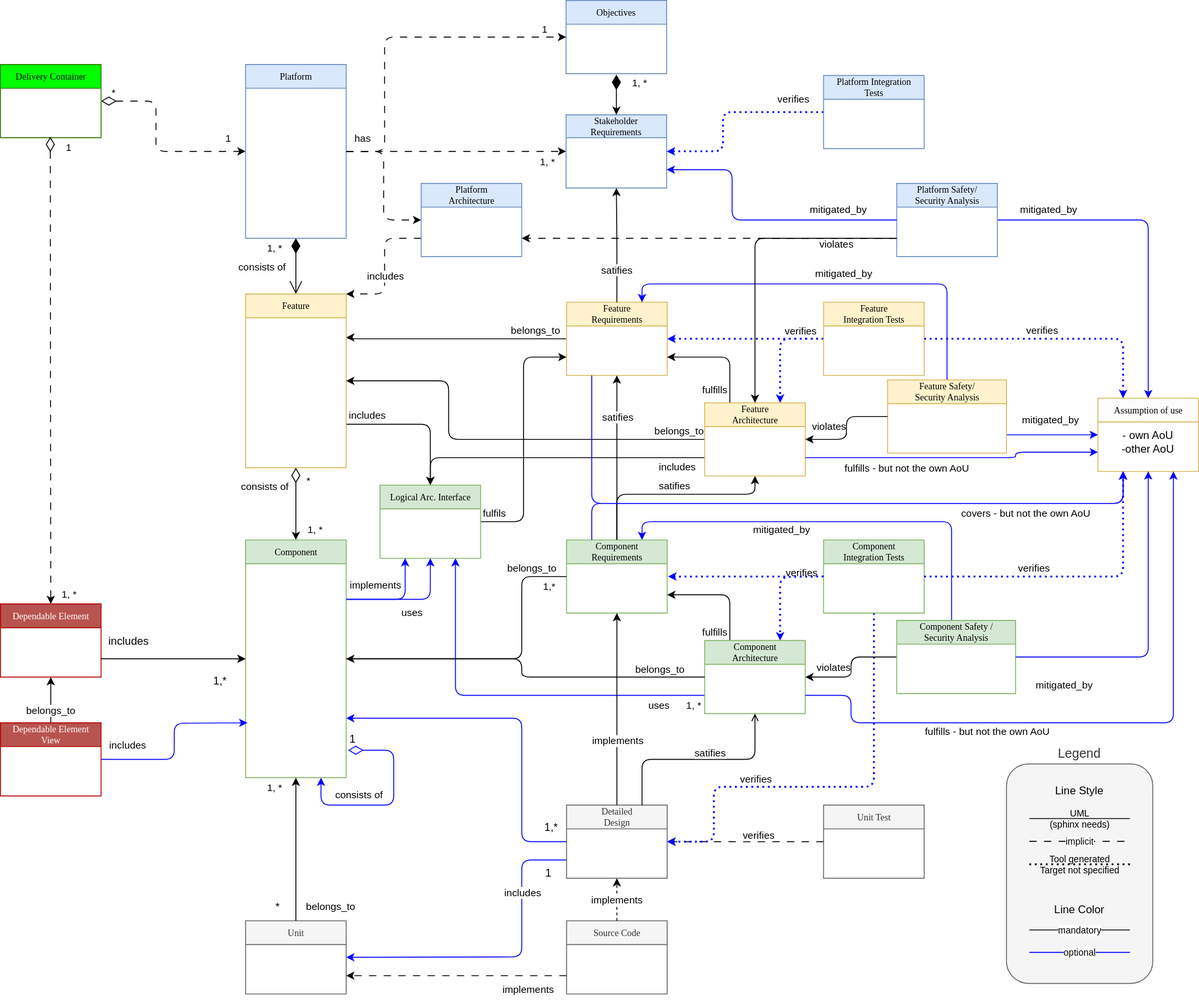
The draw.io diagram pr-618/_images/score_building_blocks_meta_model.drawio.svg in eclipse-score/process_description, before a commit. Source tidied: cells renumbered, new cells last; positions are measured from the earlier drawing's top-left corner, leaving out a move shared by most shapes.
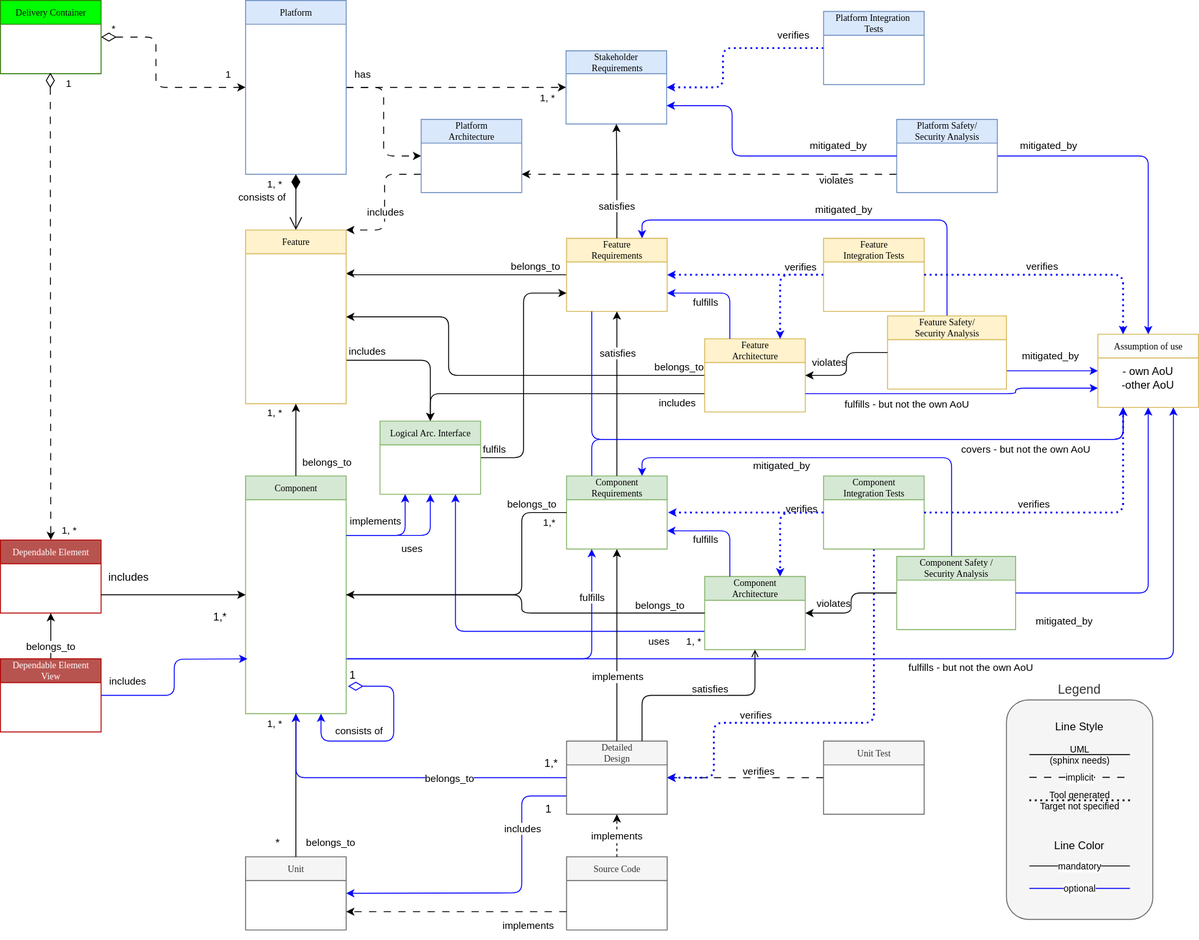
After the commit.

The edit, as a diff of the source:
```diff
@@ -43,14 +43,6 @@
     <mxCell id="11" value="Feature&lt;br&gt;Requirements" style="swimlane;html=1;fontStyle=0;horizontal=1;startSize=26;fillColor=#fff2cc;swimlaneFillColor=#ffffff;rounded=0;shadow=0;comic=0;labelBackgroundColor=none;strokeWidth=1;fontFamily=Verdana;fontSize=10;align=center;strokeColor=#d6b656;" parent="1" vertex="1">
       <mxGeometry x="619" y="330" width="110" height="80" as="geometry" />
     </mxCell>
-    <mxCell id="12" style="edgeStyle=orthogonalEdgeStyle;rounded=1;jettySize=auto;html=1;exitX=0.25;exitY=0;exitDx=0;exitDy=0;entryX=1;entryY=0.75;entryDx=0;entryDy=0;endArrow=classic;endFill=1;curved=0;" parent="1" edge="1" source="17" target="11">
-      <mxGeometry x="0.64" y="10" relative="1" as="geometry" />
-    </mxCell>
-    <mxCell id="13" value="fulfills" style="edgeLabel;html=1;align=center;verticalAlign=middle;" parent="12" vertex="1">
-      <mxGeometry x="0.11" y="1" relative="1" as="geometry">
-        <mxPoint x="-1" y="34" as="offset" />
-      </mxGeometry>
-    </mxCell>
     <mxCell id="14" value="includes" style="edgeStyle=orthogonalEdgeStyle;html=1;exitX=0;exitY=0.75;exitDx=0;exitDy=0;entryX=0.5;entryY=0;entryDx=0;entryDy=0;" parent="1" edge="1" source="17" target="112">
       <mxGeometry x="-0.82" y="10" relative="1" as="geometry" />
     </mxCell>
@@ -70,19 +62,6 @@
     <mxCell id="17" value="Feature&lt;br&gt;Architecture" style="swimlane;html=1;fontStyle=0;horizontal=1;startSize=26;fillColor=#fff2cc;swimlaneFillColor=#ffffff;rounded=0;shadow=0;comic=0;labelBackgroundColor=none;strokeWidth=1;fontFamily=Verdana;fontSize=10;align=center;strokeColor=#d6b656;" parent="1" vertex="1">
       <mxGeometry x="770" y="440" width="110" height="80" as="geometry" />
     </mxCell>
-    <mxCell id="18" style="edgeStyle=orthogonalEdgeStyle;rounded=1;jettySize=auto;html=1;entryX=0.5;entryY=1;entryDx=0;entryDy=0;endArrow=classic;endFill=1;exitX=0.5;exitY=0;exitDx=0;exitDy=0;curved=0;" parent="1" edge="1" source="20" target="17">
-      <mxGeometry relative="1" as="geometry">
-        <Array as="points">
-          <mxPoint x="674" y="540" />
-          <mxPoint x="825" y="540" />
-        </Array>
-      </mxGeometry>
-    </mxCell>
-    <mxCell id="19" value="satifies" style="edgeLabel;html=1;align=center;verticalAlign=middle;" parent="18" vertex="1">
-      <mxGeometry x="0.06" y="6" relative="1" as="geometry">
-        <mxPoint x="-5" y="-4" as="offset" />
-      </mxGeometry>
-    </mxCell>
     <mxCell id="20" value="Component&lt;br&gt;Requirements" style="swimlane;html=1;fontStyle=0;horizontal=1;startSize=26;fillColor=#d5e8d4;swimlaneFillColor=#ffffff;rounded=0;shadow=0;comic=0;labelBackgroundColor=none;strokeWidth=1;fontFamily=Verdana;fontSize=10;align=center;strokeColor=#82b366;" parent="1" vertex="1">
       <mxGeometry x="619" y="590" width="110" height="80" as="geometry" />
     </mxCell>
@@ -104,11 +83,6 @@
         <mxPoint x="-9" y="-11" as="offset" />
       </mxGeometry>
     </mxCell>
-    <mxCell id="24" value="consists of" style="edgeLabel;html=1;align=center;verticalAlign=middle;" parent="1" vertex="1">
-      <mxGeometry x="260" y="560" as="geometry">
-        <mxPoint x="28" y="-29" as="offset" />
-      </mxGeometry>
-    </mxCell>
     <mxCell id="25" style="edgeStyle=orthogonalEdgeStyle;rounded=1;jettySize=auto;html=1;entryX=0;entryY=0.75;entryDx=0;entryDy=0;curved=0;exitX=1;exitY=0.5;exitDx=0;exitDy=0;endArrow=none;endFill=0;startArrow=classic;startFill=1;strokeColor=#0000FF;" parent="1" edge="1" source="27" target="55">
       <mxGeometry relative="1" as="geometry">
         <Array as="points">
@@ -167,7 +141,7 @@
       <mxGeometry x="-0.34" y="-33" relative="1" as="geometry" />
     </mxCell>
     <mxCell id="40" value="consists of" style="edgeLabel;html=1;align=center;verticalAlign=middle;" parent="1" vertex="1">
-      <mxGeometry x="288" y="440" as="geometry">
+      <mxGeometry x="288" y="433" as="geometry">
         <mxPoint x="-3" y="-149" as="offset" />
       </mxGeometry>
     </mxCell>
@@ -181,41 +155,6 @@
         <mxPoint x="-91" y="-159" as="offset" />
       </mxGeometry>
     </mxCell>
-    <mxCell id="43" value="Objectives" style="swimlane;html=1;fontStyle=0;horizontal=1;startSize=26;fillColor=#dae8fc;swimlaneFillColor=#ffffff;rounded=0;shadow=0;comic=0;labelBackgroundColor=none;strokeWidth=1;fontFamily=Verdana;fontSize=10;align=center;strokeColor=#6c8ebf;" parent="1" vertex="1">
-      <mxGeometry x="618.5" width="110" height="80" as="geometry" />
-    </mxCell>
-    <mxCell id="44" style="edgeStyle=orthogonalEdgeStyle;rounded=1;jettySize=auto;html=1;entryX=0;entryY=0.5;entryDx=0;entryDy=0;exitX=1;exitY=0.5;exitDx=0;exitDy=0;curved=0;dashed=1;dashPattern=8 8;" parent="1" edge="1" source="38" target="43">
-      <mxGeometry relative="1" as="geometry">
-        <Array as="points">
-          <mxPoint x="420" y="165" />
-          <mxPoint x="420" y="40" />
-        </Array>
-      </mxGeometry>
-    </mxCell>
-    <mxCell id="45" value="1" style="edgeLabel;html=1;align=center;verticalAlign=bottom;" parent="44" vertex="1">
-      <mxGeometry x="0.87" relative="1" as="geometry" />
-    </mxCell>
-    <mxCell id="46" value="1, *" style="endArrow=classic;html=1;endSize=6;startArrow=diamondThin;startSize=14;startFill=1;edgeStyle=orthogonalEdgeStyle;align=left;verticalAlign=bottom;rounded=0;entryX=0.5;entryY=0;entryDx=0;entryDy=0;endFill=1;" parent="1" edge="1" target="32">
-      <mxGeometry x="-0.2" y="16" relative="1" as="geometry">
-        <mxPoint x="673.5" y="81" as="sourcePoint" />
-        <Array as="points">
-          <mxPoint x="674" y="106" />
-          <mxPoint x="673" y="125" />
-        </Array>
-      </mxGeometry>
-    </mxCell>
-    <mxCell id="47" style="edgeStyle=orthogonalEdgeStyle;rounded=1;jettySize=auto;html=1;entryX=1;entryY=0.75;entryDx=0;entryDy=0;endArrow=classic;endFill=1;exitX=0.25;exitY=0;exitDx=0;exitDy=0;curved=0;strokeColor=#000000;" parent="1" edge="1" source="50" target="20">
-      <mxGeometry relative="1" as="geometry">
-        <Array as="points">
-          <mxPoint x="797" y="650" />
-        </Array>
-      </mxGeometry>
-    </mxCell>
-    <mxCell id="48" value="fulfills" style="edgeLabel;html=1;align=center;verticalAlign=middle;" parent="47" vertex="1">
-      <mxGeometry x="0.06" y="6" relative="1" as="geometry">
-        <mxPoint x="-4" y="34" as="offset" />
-      </mxGeometry>
-    </mxCell>
     <mxCell id="49" value="uses" style="edgeStyle=orthogonalEdgeStyle;html=1;exitX=0;exitY=0.75;exitDx=0;exitDy=0;entryX=0.75;entryY=1;entryDx=0;entryDy=0;strokeColor=#0000FF;verticalAlign=top;spacing=0;" parent="1" edge="1" source="50" target="112">
       <mxGeometry x="-0.76" relative="1" as="geometry" />
     </mxCell>
@@ -228,7 +167,7 @@
         <mxPoint x="674" y="410" as="targetPoint" />
       </mxGeometry>
     </mxCell>
-    <mxCell id="52" value="satifies" style="edgeLabel;html=1;align=center;verticalAlign=middle;" parent="51" vertex="1">
+    <mxCell id="52" value="satisfies" style="edgeLabel;html=1;align=center;verticalAlign=middle;" parent="51" vertex="1">
       <mxGeometry x="0.06" y="6" relative="1" as="geometry">
         <mxPoint x="6" y="-40" as="offset" />
       </mxGeometry>
@@ -249,18 +188,20 @@
     <mxCell id="55" value="Detailed&lt;br&gt;Design" style="swimlane;html=1;fontStyle=0;horizontal=1;startSize=26;fillColor=#f5f5f5;swimlaneFillColor=#ffffff;rounded=0;shadow=0;comic=0;labelBackgroundColor=none;strokeWidth=1;fontFamily=Verdana;fontSize=10;align=center;fontColor=#333333;strokeColor=#666666;" parent="1" vertex="1">
       <mxGeometry x="619" y="880" width="110" height="80" as="geometry" />
     </mxCell>
-    <mxCell id="56" style="edgeStyle=orthogonalEdgeStyle;rounded=1;jettySize=auto;html=1;entryX=0;entryY=0.5;entryDx=0;entryDy=0;verticalAlign=bottom;curved=0;exitX=1;exitY=0.75;exitDx=0;exitDy=0;endArrow=none;endFill=0;startArrow=classic;startFill=1;strokeColor=#0000FF;" parent="1" edge="1" source="9" target="55">
+    <mxCell id="56" style="edgeStyle=orthogonalEdgeStyle;rounded=1;jettySize=auto;html=1;entryX=0;entryY=0.5;entryDx=0;entryDy=0;verticalAlign=bottom;curved=0;exitX=0.5;exitY=1;exitDx=0;exitDy=0;endArrow=none;endFill=0;startArrow=classic;startFill=1;strokeColor=#0000FF;" parent="1" edge="1" source="9" target="55">
       <mxGeometry x="-0.88" relative="1" as="geometry">
         <Array as="points">
-          <mxPoint x="570" y="785" />
-          <mxPoint x="570" y="920" />
+          <mxPoint x="323" y="920" />
         </Array>
       </mxGeometry>
     </mxCell>
+    <mxCell id="146" value="belongs_to" style="edgeLabel;html=1;align=center;verticalAlign=middle;" parent="56" vertex="1">
+      <mxGeometry x="0.3" relative="1" as="geometry" />
+    </mxCell>
     <mxCell id="57" style="edgeStyle=orthogonalEdgeStyle;rounded=1;jettySize=auto;html=1;entryX=0.5;entryY=1;entryDx=0;entryDy=0;endArrow=open;endFill=0;exitX=0.75;exitY=0;exitDx=0;exitDy=0;curved=0;" parent="1" edge="1" source="55" target="50">
       <mxGeometry relative="1" as="geometry" />
     </mxCell>
-    <mxCell id="58" value="satifies" style="edgeLabel;html=1;align=center;verticalAlign=middle;" parent="57" vertex="1">
+    <mxCell id="58" value="satisfies" style="edgeLabel;html=1;align=center;verticalAlign=middle;" parent="57" vertex="1">
       <mxGeometry x="0.06" y="6" relative="1" as="geometry">
         <mxPoint x="6" y="-2" as="offset" />
       </mxGeometry>
@@ -318,14 +259,6 @@
     <mxCell id="68" value="1,*" style="text;html=1;align=center;verticalAlign=middle;strokeColor=none;fillColor=none;fontSize=12;fontColor=#000000;" parent="1" vertex="1">
       <mxGeometry x="220" y="730" width="40" height="30" as="geometry" />
     </mxCell>
-    <mxCell id="69" value="*" style="endArrow=classic;html=1;endSize=6;startArrow=diamondThin;startSize=14;startFill=0;align=left;verticalAlign=bottom;rounded=0;endFill=1;exitX=0.5;exitY=1;exitDx=0;exitDy=0;entryX=0.5;entryY=0;entryDx=0;entryDy=0;" parent="1" edge="1" source="7" target="9">
-      <mxGeometry x="-0.43" y="10" relative="1" as="geometry" />
-    </mxCell>
-    <mxCell id="70" value="1, *" style="edgeLabel;html=1;align=center;verticalAlign=middle;" parent="69" vertex="1">
-      <mxGeometry x="0.69" y="7" relative="1" as="geometry">
-        <mxPoint x="13" as="offset" />
-      </mxGeometry>
-    </mxCell>
     <mxCell id="71" style="edgeStyle=orthogonalEdgeStyle;rounded=0;jettySize=auto;html=1;entryX=1;entryY=0.75;entryDx=0;entryDy=0;exitX=0;exitY=0.5;exitDx=0;exitDy=0;endArrow=none;endFill=0;startArrow=classic;startFill=1;strokeColor=#0000FF;" parent="1" edge="1" source="74" target="73">
       <mxGeometry relative="1" as="geometry" />
     </mxCell>
@@ -504,13 +437,6 @@
         <mxPoint x="55" y="-142" as="offset" />
       </mxGeometry>
     </mxCell>
-    <mxCell id="109" style="edgeStyle=orthogonalEdgeStyle;rounded=1;jettySize=auto;html=1;entryX=0.5;entryY=0;entryDx=0;entryDy=0;exitX=0;exitY=0.75;exitDx=0;exitDy=0;curved=0;" parent="1" edge="1" source="106" target="17">
-      <mxGeometry relative="1" as="geometry">
-        <Array as="points">
-          <mxPoint x="825" y="260" />
-        </Array>
-      </mxGeometry>
-    </mxCell>
     <mxCell id="110" value="violates" style="edgeLabel;html=1;align=center;verticalAlign=middle;labelBackgroundColor=none;" parent="1" vertex="1">
       <mxGeometry x="950" y="510" as="geometry">
         <mxPoint x="-37" y="-244" as="offset" />
@@ -616,18 +542,18 @@
         <mxPoint x="-98" y="10" as="offset" />
       </mxGeometry>
     </mxCell>
-    <mxCell id="131" style="edgeStyle=orthogonalEdgeStyle;rounded=1;jettySize=auto;html=1;exitX=0.75;exitY=1;exitDx=0;exitDy=0;strokeColor=#0000ff;startArrow=classic;startFill=1;endArrow=none;endFill=0;entryX=1;entryY=0.75;entryDx=0;entryDy=0;" parent="1" edge="1" source="74" target="50">
+    <mxCell id="131" style="edgeStyle=orthogonalEdgeStyle;rounded=1;jettySize=auto;html=1;exitX=0.75;exitY=1;exitDx=0;exitDy=0;strokeColor=#0000ff;startArrow=classic;startFill=1;endArrow=none;endFill=0;" parent="1" edge="1" source="74">
       <mxGeometry relative="1" as="geometry">
+        <mxPoint x="378" y="790" as="targetPoint" />
         <Array as="points">
           <mxPoint x="1283" y="790" />
-          <mxPoint x="930" y="790" />
-          <mxPoint x="930" y="760" />
+          <mxPoint x="378" y="790" />
         </Array>
       </mxGeometry>
     </mxCell>
     <mxCell id="132" value="fulfills - but not the own AoU" style="edgeLabel;html=1;align=center;verticalAlign=middle;" parent="131" vertex="1">
       <mxGeometry x="0.35" y="-2" relative="1" as="geometry">
-        <mxPoint y="11" as="offset" />
+        <mxPoint x="302" y="11" as="offset" />
       </mxGeometry>
     </mxCell>
     <mxCell id="133" style="edgeStyle=orthogonalEdgeStyle;rounded=1;jettySize=auto;html=1;entryX=0.25;entryY=0;entryDx=0;entryDy=0;dashed=1;curved=0;strokeColor=#0000FF;dashPattern=1 2;strokeWidth=2;endSize=3;exitX=1;exitY=0.5;exitDx=0;exitDy=0;" parent="1" edge="1" source="80" target="74">
@@ -685,10 +611,43 @@
     <mxCell id="144" style="edgeStyle=orthogonalEdgeStyle;rounded=0;jettySize=auto;html=1;exitX=0.5;exitY=0;exitDx=0;exitDy=0;endArrow=classic;endFill=1;entryX=0.5;entryY=1;entryDx=0;entryDy=0;" parent="1" edge="1" source="11" target="32">
       <mxGeometry relative="1" as="geometry" />
     </mxCell>
-    <mxCell id="145" value="satifies" style="edgeLabel;html=1;align=center;verticalAlign=middle;" parent="144" vertex="1">
+    <mxCell id="145" value="satisfies" style="edgeLabel;html=1;align=center;verticalAlign=middle;" parent="144" vertex="1">
       <mxGeometry x="0.11" y="1" relative="1" as="geometry">
         <mxPoint x="1" y="34" as="offset" />
       </mxGeometry>
     </mxCell>
+    <mxCell id="147" value="1, *" style="endArrow=classic;html=1;endSize=6;startArrow=none;startSize=14;startFill=0;edgeStyle=orthogonalEdgeStyle;align=left;verticalAlign=bottom;rounded=0;entryX=0.5;entryY=1;entryDx=0;entryDy=0;exitX=0.5;exitY=0;exitDx=0;exitDy=0;endFill=1;" parent="1" edge="1" source="9" target="7">
+      <mxGeometry x="0.52" y="33" relative="1" as="geometry" />
+    </mxCell>
+    <mxCell id="148" value="belongs_to" style="edgeLabel;html=1;align=center;verticalAlign=middle;" parent="147" vertex="1">
+      <mxGeometry x="-0.54" y="2" relative="1" as="geometry">
+        <mxPoint x="35" y="2" as="offset" />
+      </mxGeometry>
+    </mxCell>
+    <mxCell id="149" style="edgeStyle=orthogonalEdgeStyle;rounded=1;jettySize=auto;html=1;exitX=0.25;exitY=1;exitDx=0;exitDy=0;strokeColor=#0000ff;startArrow=classic;startFill=1;endArrow=none;endFill=0;" parent="1" edge="1" source="20">
+      <mxGeometry relative="1" as="geometry">
+        <mxPoint x="380" y="790" as="targetPoint" />
+        <Array as="points">
+          <mxPoint x="647" y="790" />
+        </Array>
+      </mxGeometry>
+    </mxCell>
+    <mxCell id="150" value="fulfills" style="edgeLabel;html=1;align=center;verticalAlign=middle;" parent="149" vertex="1">
+      <mxGeometry x="-0.73" relative="1" as="geometry" />
+    </mxCell>
+    <mxCell id="12" value="fulfills" style="edgeStyle=orthogonalEdgeStyle;html=1;exitX=0.25;exitY=0;exitDx=0;exitDy=0;entryX=1;entryY=0.75;entryDx=0;entryDy=0;labelBackgroundColor=none;strokeColor=#0000FF;" parent="1" edge="1" source="17" target="11">
+      <mxGeometry x="0.31" y="10" relative="1" as="geometry">
+        <Array as="points">
+          <mxPoint x="798" y="390" />
+        </Array>
+      </mxGeometry>
+    </mxCell>
+    <mxCell id="47" value="fulfills" style="edgeStyle=orthogonalEdgeStyle;html=1;exitX=0.25;exitY=0;exitDx=0;exitDy=0;labelBackgroundColor=none;strokeColor=#0000FF;entryX=1;entryY=0.75;entryDx=0;entryDy=0;" parent="1" edge="1" source="50" target="20">
+      <mxGeometry x="0.31" y="10" relative="1" as="geometry">
+        <Array as="points">
+          <mxPoint x="798" y="650" />
+        </Array>
+      </mxGeometry>
+    </mxCell>
   </root>
 </mxGraphModel>
```
